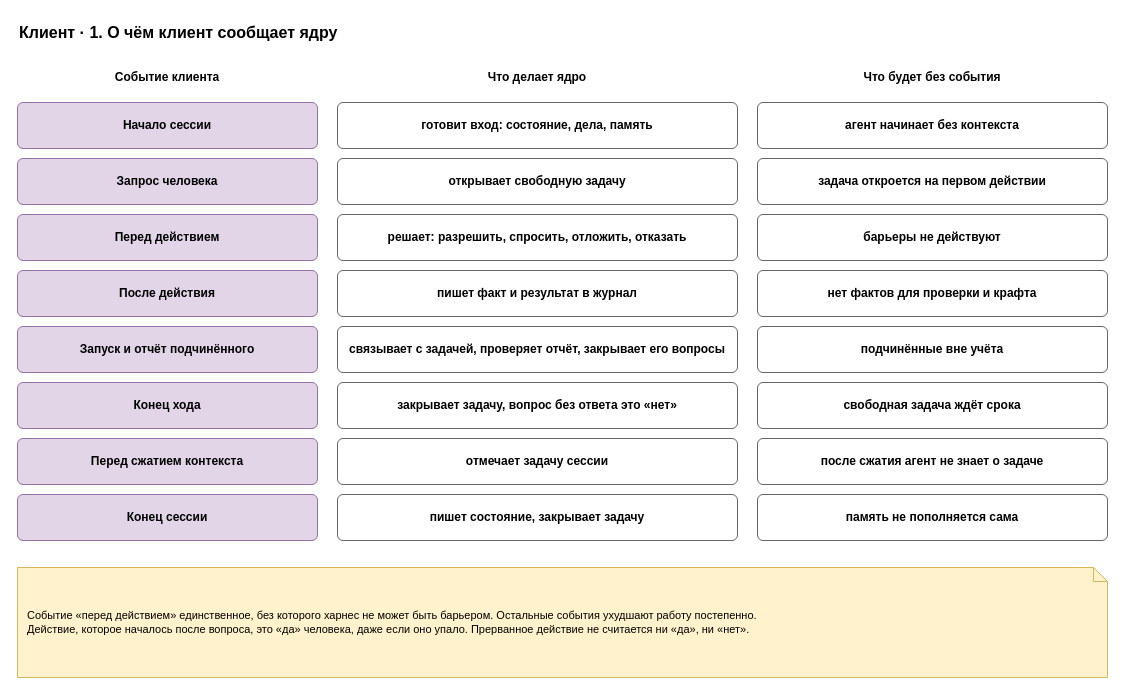
This is page "1. События" (1 of 5) of docs/spec/harness-client.drawio from roygkov/reins, a draw.io file, before an edit. Source tidied: cells renumbered, new cells numbered last; positions are measured from the earlier drawing's top-left corner, leaving out a move shared by most shapes. Both pictures are drawn from the tidied source at 100%, with x=0, y=0 at pixel (17, 17).
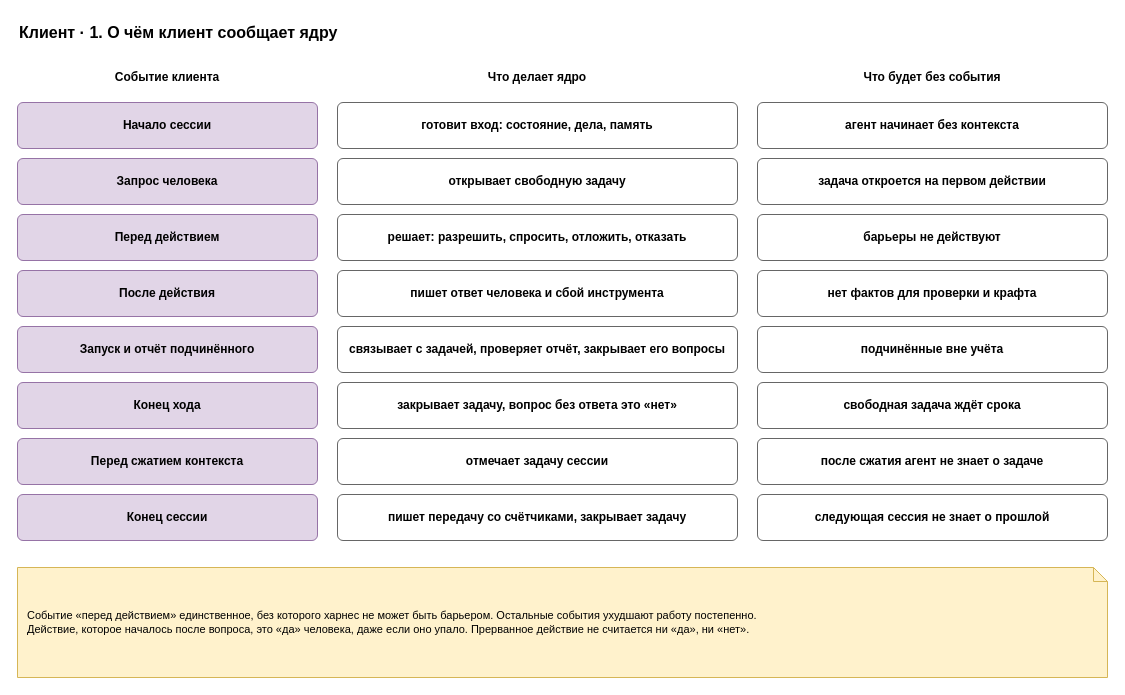
After the change.

The edit, as a diff of the source:
```diff
@@
-    <mxCell id="16" value="&lt;b&gt;пишет факт и результат в журнал&lt;/b&gt;" style="rounded=1;whiteSpace=wrap;html=1;fillColor=#ffffff;strokeColor=#666666;arcSize=12;fontStyle=0;" parent="1" vertex="1">
+    <mxCell id="16" value="&lt;b&gt;пишет ответ человека и сбой инструмента&lt;/b&gt;" style="rounded=1;whiteSpace=wrap;html=1;fillColor=#ffffff;strokeColor=#666666;arcSize=12;fontStyle=0;" parent="1" vertex="1">
       <mxGeometry x="320" y="253" width="400" height="46" as="geometry" />
     </mxCell>
@@
-    <mxCell id="28" value="&lt;b&gt;пишет состояние, закрывает задачу&lt;/b&gt;" style="rounded=1;whiteSpace=wrap;html=1;fillColor=#ffffff;strokeColor=#666666;arcSize=12;fontStyle=0;" parent="1" vertex="1">
+    <mxCell id="28" value="&lt;b&gt;пишет передачу со счётчиками, закрывает задачу&lt;/b&gt;" style="rounded=1;whiteSpace=wrap;html=1;fillColor=#ffffff;strokeColor=#666666;arcSize=12;fontStyle=0;" parent="1" vertex="1">
       <mxGeometry x="320" y="477" width="400" height="46" as="geometry" />
     </mxCell>
-    <mxCell id="29" value="&lt;b&gt;память не пополняется сама&lt;/b&gt;" style="rounded=1;whiteSpace=wrap;html=1;fillColor=#ffffff;strokeColor=#666666;arcSize=12;fontStyle=0;" parent="1" vertex="1">
+    <mxCell id="29" value="&lt;b&gt;следующая сессия не знает о прошлой&lt;/b&gt;" style="rounded=1;whiteSpace=wrap;html=1;fillColor=#ffffff;strokeColor=#666666;arcSize=12;fontStyle=0;" parent="1" vertex="1">
       <mxGeometry x="740" y="477" width="350" height="46" as="geometry" />
     </mxCell>
```
